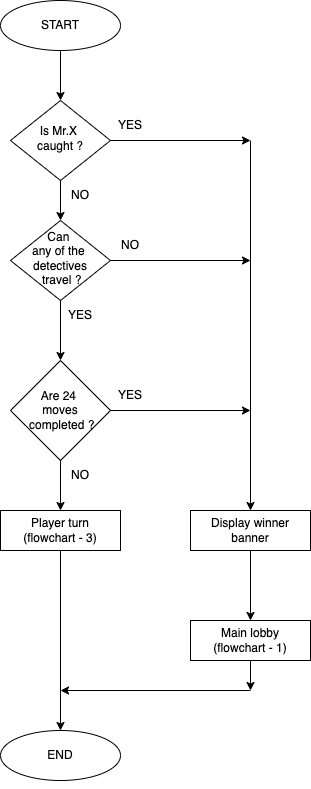
Above: game-over.drawio.png in garimiddisuman/project (draw.io), before the change. Source tidied: cells renumbered, new cells last; positions are measured from the earlier drawing's top-left corner, leaving out a move shared by most shapes.
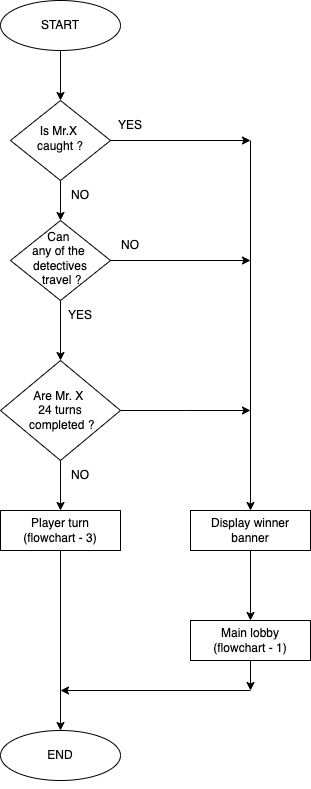
Later version of the same file.

The edit, as a diff of the source:
```diff
@@ -27,8 +27,13 @@
         <mxPoint x="60" y="360" as="targetPoint" />
       </mxGeometry>
     </mxCell>
+    <mxCell id="29" style="edgeStyle=orthogonalEdgeStyle;rounded=0;jettySize=auto;html=1;" parent="1" edge="1" source="8">
+      <mxGeometry relative="1" as="geometry">
+        <mxPoint x="250" y="410" as="targetPoint" />
+      </mxGeometry>
+    </mxCell>
-    <mxCell id="8" value="Are 24&amp;nbsp;&lt;div&gt;&lt;span style=&quot;background-color: transparent; color: light-dark(rgb(0, 0, 0), rgb(255, 255, 255));&quot;&gt;moves&lt;/span&gt;&lt;/div&gt;&lt;div&gt;&lt;span style=&quot;background-color: transparent; color: light-dark(rgb(0, 0, 0), rgb(255, 255, 255));&quot;&gt;&amp;nbsp;completed ?&lt;/span&gt;&lt;/div&gt;" style="rhombus;whiteSpace=wrap;html=1;" parent="1" vertex="1">
-      <mxGeometry x="10" y="360" width="100" height="100" as="geometry" />
+    <mxCell id="8" value="Are Mr. X&amp;nbsp;&lt;div&gt;24 turns&lt;div&gt;&lt;span style=&quot;background-color: transparent; color: light-dark(rgb(0, 0, 0), rgb(255, 255, 255));&quot;&gt;&amp;nbsp;completed ?&lt;/span&gt;&lt;/div&gt;&lt;/div&gt;" style="rhombus;whiteSpace=wrap;html=1;" parent="1" vertex="1">
+      <mxGeometry y="360" width="120" height="100" as="geometry" />
     </mxCell>
     <mxCell id="9" style="endArrow=classic;html=1;rounded=0;" parent="1" edge="1">
       <mxGeometry relative="1" as="geometry">
@@ -42,12 +47,6 @@
         <mxPoint x="250" y="260" as="targetPoint" />
       </mxGeometry>
     </mxCell>
-    <mxCell id="11" style="endArrow=classic;html=1;rounded=0;" parent="1" edge="1">
-      <mxGeometry relative="1" as="geometry">
-        <mxPoint x="110" y="410" as="sourcePoint" />
-        <mxPoint x="250" y="410" as="targetPoint" />
-      </mxGeometry>
-    </mxCell>
     <mxCell id="12" style="endArrow=classic;html=1;rounded=0;entryX=0.5;entryY=0;entryDx=0;entryDy=0;" parent="1" edge="1" target="13">
       <mxGeometry relative="1" as="geometry">
         <mxPoint x="250" y="140" as="sourcePoint" />
@@ -99,9 +98,6 @@
     <mxCell id="23" value="NO" style="text;html=1;align=center;verticalAlign=middle;whiteSpace=wrap;rounded=0;" parent="1" vertex="1">
       <mxGeometry x="50" y="460" width="60" height="30" as="geometry" />
     </mxCell>
-    <mxCell id="24" value="YES" style="text;html=1;align=center;verticalAlign=middle;whiteSpace=wrap;rounded=0;" parent="1" vertex="1">
-      <mxGeometry x="100" y="380" width="60" height="30" as="geometry" />
-    </mxCell>
     <mxCell id="25" value="YES" style="text;html=1;align=center;verticalAlign=middle;whiteSpace=wrap;rounded=0;" parent="1" vertex="1">
       <mxGeometry x="50" y="300" width="60" height="30" as="geometry" />
     </mxCell>
```
